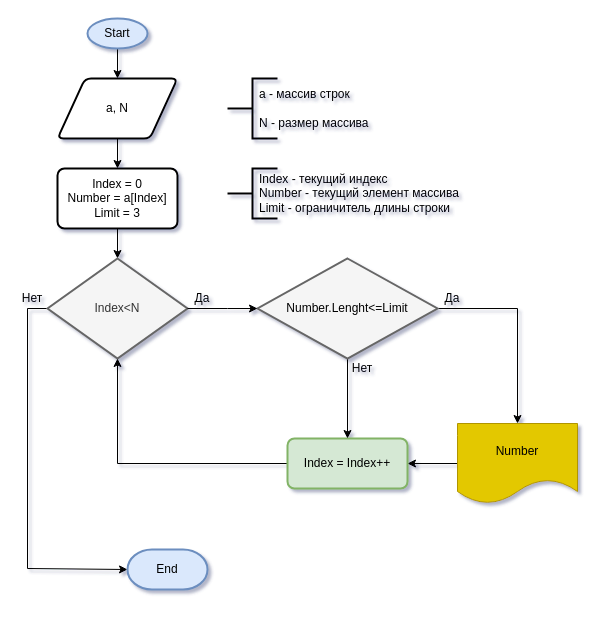
This is Массив строк.drawio from zsb-it/ControlWork_I_Quarter, a draw.io file, before an edit. Source tidied: cells renumbered, new cells numbered last; positions are measured from the earlier drawing's top-left corner, leaving out a move shared by most shapes. Both pictures are drawn from the tidied source at 100%, with x=0, y=0 at pixel (17, 18).
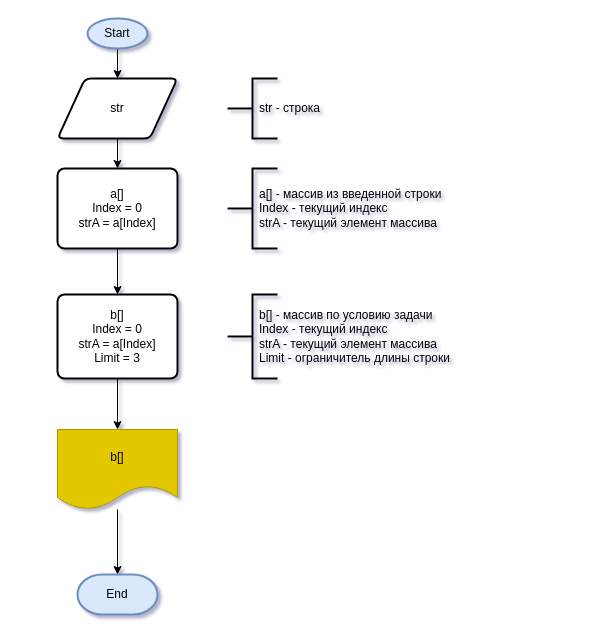
The same diagram, later.

What changed in the source:
```diff
@@
-    <mxCell id="5" value="a, N" style="shape=parallelogram;html=1;strokeWidth=2;perimeter=parallelogramPerimeter;whiteSpace=wrap;rounded=1;arcSize=12;size=0.23;" parent="1" vertex="1">
+    <mxCell id="5" value="str" style="shape=parallelogram;html=1;strokeWidth=2;perimeter=parallelogramPerimeter;whiteSpace=wrap;rounded=1;arcSize=12;size=0.23;" parent="1" vertex="1">
       <mxGeometry x="40" y="60" width="120" height="60" as="geometry" />
     </mxCell>
-    <mxCell id="6" style="edgeStyle=orthogonalEdgeStyle;rounded=0;jettySize=auto;html=1;" parent="1" edge="1" source="7" target="13">
-      <mxGeometry relative="1" as="geometry" />
-    </mxCell>
+    <mxCell id="27" style="edgeStyle=orthogonalEdgeStyle;rounded=0;jettySize=auto;html=1;" parent="1" edge="1" source="7" target="30">
+      <mxGeometry relative="1" as="geometry" />
+    </mxCell>
-    <mxCell id="7" value="Index = 0&lt;br&gt;Number = a[Index]&lt;br&gt;Limit = 3" style="rounded=1;whiteSpace=wrap;html=1;absoluteArcSize=1;arcSize=14;strokeWidth=2;" parent="1" vertex="1">
-      <mxGeometry x="40" y="150" width="120" height="60" as="geometry" />
+    <mxCell id="7" value="a[]&lt;br&gt;Index = 0&lt;br&gt;strA = a[Index]" style="rounded=1;whiteSpace=wrap;html=1;absoluteArcSize=1;arcSize=14;strokeWidth=2;" parent="1" vertex="1">
+      <mxGeometry x="40" y="150" width="120" height="80" as="geometry" />
     </mxCell>
@@
-    <mxCell id="9" value="a - массив строк&lt;br&gt;&lt;br&gt;N - размер массива" style="text;html=1;strokeColor=none;fillColor=none;align=left;verticalAlign=middle;whiteSpace=wrap;rounded=0;" parent="1" vertex="1">
+    <mxCell id="9" value="str - строка" style="text;html=1;strokeColor=none;fillColor=none;align=left;verticalAlign=middle;whiteSpace=wrap;rounded=0;" parent="1" vertex="1">
       <mxGeometry x="240" y="60" width="120" height="60" as="geometry" />
     </mxCell>
     <mxCell id="10" style="strokeWidth=2;html=1;shape=mxgraph.flowchart.annotation_2;align=left;labelPosition=right;" parent="1" vertex="1">
-      <mxGeometry x="210" y="150" width="50" height="50" as="geometry" />
+      <mxGeometry x="210" y="150" width="50" height="80" as="geometry" />
     </mxCell>
-    <mxCell id="11" value="&lt;span style=&quot;text-align: center;&quot;&gt;Index&lt;/span&gt;&lt;span style=&quot;text-align: center;&quot;&gt;&amp;nbsp;- текущий индекс&lt;br&gt;&lt;/span&gt;&lt;span style=&quot;text-align: center;&quot;&gt;Number -&amp;nbsp;&lt;/span&gt;&lt;span style=&quot;text-align: center;&quot;&gt;текущий элемент массива&lt;br&gt;&lt;/span&gt;&lt;span style=&quot;text-align: center;&quot;&gt;Limit -&amp;nbsp;&lt;/span&gt;&lt;span style=&quot;text-align: center;&quot;&gt;ограничитель длины строки&lt;br&gt;&lt;/span&gt;" style="text;html=1;strokeColor=none;fillColor=none;align=left;verticalAlign=middle;whiteSpace=wrap;rounded=0;" parent="1" vertex="1">
-      <mxGeometry x="240" y="150" width="210" height="50" as="geometry" />
+    <mxCell id="11" value="&lt;span style=&quot;text-align: center;&quot;&gt;a[] - массив из введенной строки&lt;br&gt;Index&lt;/span&gt;&lt;span style=&quot;text-align: center;&quot;&gt;&amp;nbsp;- текущий индекс&lt;br&gt;&lt;/span&gt;&lt;span style=&quot;text-align: center;&quot;&gt;strA -&amp;nbsp;&lt;/span&gt;&lt;span style=&quot;text-align: center;&quot;&gt;текущий элемент массива&lt;/span&gt;&lt;span style=&quot;text-align: center;&quot;&gt;&lt;br&gt;&lt;/span&gt;" style="text;html=1;strokeColor=none;fillColor=none;align=left;verticalAlign=middle;whiteSpace=wrap;rounded=0;" parent="1" vertex="1">
+      <mxGeometry x="240" y="150" width="210" height="80" as="geometry" />
     </mxCell>
-    <mxCell id="12" style="edgeStyle=orthogonalEdgeStyle;rounded=0;jettySize=auto;html=1;entryX=0;entryY=0.5;entryDx=0;entryDy=0;entryPerimeter=0;" parent="1" edge="1" source="13" target="18">
-      <mxGeometry relative="1" as="geometry">
-        <Array as="points">
-          <mxPoint x="10" y="290" />
-          <mxPoint x="10" y="550" />
-        </Array>
-      </mxGeometry>
-    </mxCell>
-    <mxCell id="13" value="Index&amp;lt;N" style="strokeWidth=2;html=1;shape=mxgraph.flowchart.decision;whiteSpace=wrap;fillColor=#f5f5f5;fontColor=#333333;strokeColor=#666666;" parent="1" vertex="1">
-      <mxGeometry x="30" y="240" width="140" height="100" as="geometry" />
-    </mxCell>
-    <mxCell id="14" style="edgeStyle=orthogonalEdgeStyle;rounded=0;jettySize=auto;html=1;exitX=0;exitY=0.5;exitDx=0;exitDy=0;" parent="1" edge="1" source="24" target="17">
-      <mxGeometry relative="1" as="geometry" />
-    </mxCell>
-    <mxCell id="15" value="Да" style="text;html=1;strokeColor=none;fillColor=none;align=center;verticalAlign=middle;whiteSpace=wrap;rounded=0;" parent="1" vertex="1">
-      <mxGeometry x="170" y="270" width="30" height="20" as="geometry" />
-    </mxCell>
-    <mxCell id="16" style="edgeStyle=orthogonalEdgeStyle;rounded=0;jettySize=auto;html=1;entryX=0.5;entryY=1;entryDx=0;entryDy=0;entryPerimeter=0;" parent="1" edge="1" source="17" target="13">
-      <mxGeometry relative="1" as="geometry" />
-    </mxCell>
-    <mxCell id="17" value="Index = Index++" style="rounded=1;whiteSpace=wrap;html=1;absoluteArcSize=1;arcSize=14;strokeWidth=2;fillColor=#d5e8d4;strokeColor=#82b366;" parent="1" vertex="1">
-      <mxGeometry x="270" y="420" width="120" height="50" as="geometry" />
-    </mxCell>
     <mxCell id="18" value="End" style="strokeWidth=2;html=1;shape=mxgraph.flowchart.terminator;whiteSpace=wrap;fillColor=#dae8fc;strokeColor=#6c8ebf;" parent="1" vertex="1">
-      <mxGeometry x="110" y="531" width="80" height="40" as="geometry" />
+      <mxGeometry x="60" y="556" width="80" height="40" as="geometry" />
     </mxCell>
-    <mxCell id="19" value="Нет" style="text;html=1;strokeColor=none;fillColor=none;align=center;verticalAlign=middle;whiteSpace=wrap;rounded=0;" parent="1" vertex="1">
-      <mxGeometry y="270" width="30" height="20" as="geometry" />
-    </mxCell>
-    <mxCell id="20" style="edgeStyle=orthogonalEdgeStyle;rounded=0;jettySize=auto;html=1;exitX=1;exitY=0.5;exitDx=0;exitDy=0;exitPerimeter=0;entryX=0.5;entryY=0;entryDx=0;entryDy=0;endArrow=classic;endFill=1;" parent="1" edge="1" source="22" target="24">
-      <mxGeometry relative="1" as="geometry" />
-    </mxCell>
-    <mxCell id="21" style="edgeStyle=orthogonalEdgeStyle;rounded=0;jettySize=auto;html=1;endArrow=classic;endFill=1;" parent="1" edge="1" source="22" target="17">
-      <mxGeometry relative="1" as="geometry" />
-    </mxCell>
-    <mxCell id="22" value="&lt;span style=&quot;color: rgb(0, 0, 0);&quot;&gt;Number.Lenght&amp;lt;=Limit&lt;/span&gt;" style="strokeWidth=2;html=1;shape=mxgraph.flowchart.decision;whiteSpace=wrap;fillColor=#f5f5f5;fontColor=#333333;strokeColor=#666666;" parent="1" vertex="1">
-      <mxGeometry x="240" y="240" width="180" height="100" as="geometry" />
-    </mxCell>
-    <mxCell id="23" style="edgeStyle=orthogonalEdgeStyle;rounded=0;jettySize=auto;html=1;startArrow=none;exitX=0;exitY=1;exitDx=0;exitDy=0;entryX=0;entryY=0.5;entryDx=0;entryDy=0;endArrow=classic;endFill=1;" parent="1" edge="1" source="15" target="22">
-      <mxGeometry relative="1" as="geometry">
-        <Array as="points">
-          <mxPoint x="210" y="290" />
-          <mxPoint x="210" y="290" />
-        </Array>
-      </mxGeometry>
-    </mxCell>
+    <mxCell id="28" style="edgeStyle=orthogonalEdgeStyle;rounded=0;jettySize=auto;html=1;" parent="1" edge="1" source="24" target="18">
+      <mxGeometry relative="1" as="geometry" />
+    </mxCell>
-    <mxCell id="24" value="Number" style="shape=document;whiteSpace=wrap;html=1;boundedLbl=1;fillColor=#e3c800;fontColor=#000000;strokeColor=#B09500;" parent="1" vertex="1">
-      <mxGeometry x="440" y="405" width="120" height="80" as="geometry" />
+    <mxCell id="24" value="b[]" style="shape=document;whiteSpace=wrap;html=1;boundedLbl=1;fillColor=#e3c800;fontColor=#000000;strokeColor=#B09500;" parent="1" vertex="1">
+      <mxGeometry x="40" y="411" width="120" height="80" as="geometry" />
     </mxCell>
-    <mxCell id="25" value="Нет" style="text;html=1;strokeColor=none;fillColor=none;align=center;verticalAlign=middle;whiteSpace=wrap;rounded=0;" parent="1" vertex="1">
-      <mxGeometry x="330" y="340" width="30" height="20" as="geometry" />
-    </mxCell>
-    <mxCell id="26" value="Да" style="text;html=1;strokeColor=none;fillColor=none;align=center;verticalAlign=middle;whiteSpace=wrap;rounded=0;" parent="1" vertex="1">
-      <mxGeometry x="420" y="270" width="30" height="20" as="geometry" />
-    </mxCell>
+    <mxCell id="29" style="edgeStyle=orthogonalEdgeStyle;rounded=0;jettySize=auto;html=1;" parent="1" edge="1" source="30" target="24">
+      <mxGeometry relative="1" as="geometry" />
+    </mxCell>
+    <mxCell id="30" value="b[]&lt;br&gt;Index = 0&lt;br&gt;strA = a[Index]&lt;br&gt;Limit = 3" style="rounded=1;whiteSpace=wrap;html=1;absoluteArcSize=1;arcSize=14;strokeWidth=2;" parent="1" vertex="1">
+      <mxGeometry x="40" y="276" width="120" height="84" as="geometry" />
+    </mxCell>
+    <mxCell id="31" style="strokeWidth=2;html=1;shape=mxgraph.flowchart.annotation_2;align=left;labelPosition=right;" parent="1" vertex="1">
+      <mxGeometry x="210" y="276" width="50" height="84" as="geometry" />
+    </mxCell>
+    <mxCell id="32" value="&lt;span style=&quot;text-align: center;&quot;&gt;b[] - массив по условию задачи&lt;br&gt;Index&lt;/span&gt;&lt;span style=&quot;text-align: center;&quot;&gt;&amp;nbsp;- текущий индекс&lt;br&gt;&lt;/span&gt;&lt;span style=&quot;text-align: center;&quot;&gt;strA -&amp;nbsp;&lt;/span&gt;&lt;span style=&quot;text-align: center;&quot;&gt;текущий элемент массива&lt;br&gt;&lt;/span&gt;&lt;span style=&quot;text-align: center;&quot;&gt;Limit -&amp;nbsp;&lt;/span&gt;&lt;span style=&quot;text-align: center;&quot;&gt;ограничитель длины строки&lt;br&gt;&lt;/span&gt;" style="text;html=1;strokeColor=none;fillColor=none;align=left;verticalAlign=middle;whiteSpace=wrap;rounded=0;" parent="1" vertex="1">
+      <mxGeometry x="240" y="276" width="210" height="84" as="geometry" />
+    </mxCell>
```
